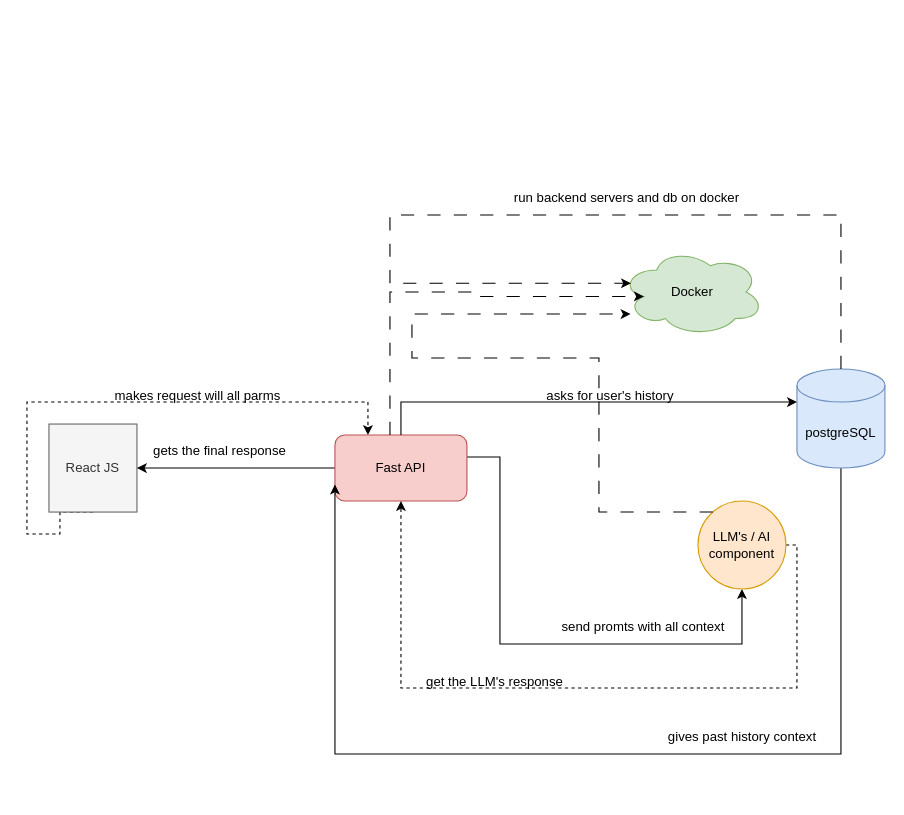
Adithya-A-S/contexa keeps this draw.io diagram as Untitled Diagram.drawio. Above is the earlier version. Source tidied: cells renumbered, new cells numbered last; positions are measured from the earlier drawing's top-left corner, leaving out a move shared by most shapes. Both pictures are drawn from the tidied source at 110%, with x=0, y=0 at pixel (26, 0).
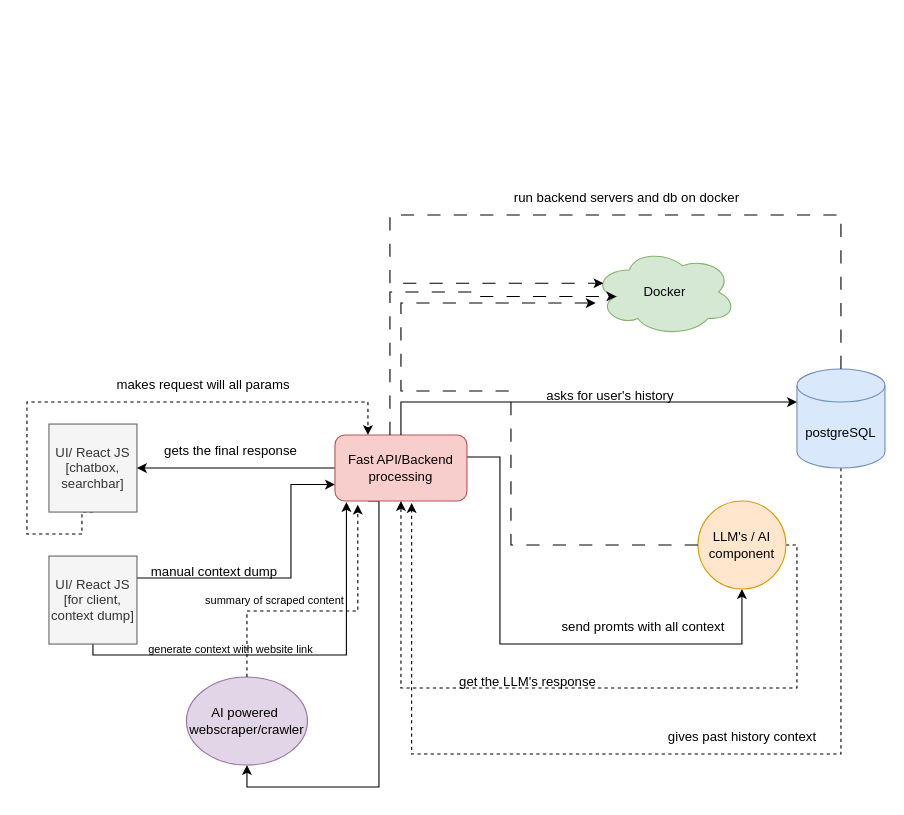
The same diagram, later.

Unchanged cells that the change refers to:
```xml
<mxCell id="12" value="postgreSQL" style="shape=cylinder3;whiteSpace=wrap;html=1;boundedLbl=1;backgroundOutline=1;size=15;fillColor=#dae8fc;strokeColor=#6c8ebf;" parent="1" vertex="1">
  <mxGeometry x="700" y="335" width="80" height="90" as="geometry" />
</mxCell>
<mxCell id="14" value="LLM's / AI component" style="ellipse;whiteSpace=wrap;html=1;fillColor=#ffe6cc;strokeColor=#d79b00;" parent="1" vertex="1">
  <mxGeometry x="610" y="455" width="80" height="80" as="geometry" />
</mxCell>
```

What changed in the source:
```diff
@@
     <mxCell id="6" style="edgeStyle=orthogonalEdgeStyle;rounded=0;jettySize=auto;html=1;exitX=0.5;exitY=1;exitDx=0;exitDy=0;entryX=0.25;entryY=0;entryDx=0;entryDy=0;dashed=1;" parent="1" edge="1" source="7" target="10">
       <mxGeometry relative="1" as="geometry">
         <Array as="points">
-          <mxPoint x="30" y="465" />
-          <mxPoint x="30" y="485" />
+          <mxPoint x="50" y="465" />
+          <mxPoint x="50" y="485" />
           <mxPoint y="485" />
           <mxPoint y="365" />
           <mxPoint x="310" y="365" />
         </Array>
       </mxGeometry>
     </mxCell>
-    <mxCell id="7" value="React JS" style="whiteSpace=wrap;html=1;fillColor=#f5f5f5;fontColor=#333333;strokeColor=#666666;" parent="1" vertex="1">
+    <mxCell id="7" value="UI/ React JS&lt;br&gt;[chatbox,&lt;br&gt;&lt;div&gt;searchbar]&lt;/div&gt;" style="whiteSpace=wrap;html=1;fillColor=#f5f5f5;fontColor=#333333;strokeColor=#666666;" parent="1" vertex="1">
       <mxGeometry x="20" y="385" width="80" height="80" as="geometry" />
     </mxCell>
@@
+    <mxCell id="27" style="edgeStyle=orthogonalEdgeStyle;rounded=0;jettySize=auto;html=1;exitX=0;exitY=1;exitDx=0;exitDy=0;" parent="1" edge="1" source="10">
+      <mxGeometry relative="1" as="geometry">
+        <mxPoint x="280" y="455" as="targetPoint" />
+      </mxGeometry>
+    </mxCell>
+    <mxCell id="28" style="edgeStyle=orthogonalEdgeStyle;rounded=0;jettySize=auto;html=1;exitX=0.25;exitY=1;exitDx=0;exitDy=0;entryX=0.5;entryY=1;entryDx=0;entryDy=0;" parent="1" edge="1" source="10" target="32">
+      <mxGeometry relative="1" as="geometry">
+        <Array as="points">
+          <mxPoint x="320" y="455" />
+          <mxPoint x="320" y="715" />
+          <mxPoint x="200" y="715" />
+        </Array>
+      </mxGeometry>
+    </mxCell>
-    <mxCell id="10" value="Fast API" style="rounded=1;whiteSpace=wrap;html=1;fillColor=#f8cecc;strokeColor=#b85450;" parent="1" vertex="1">
+    <mxCell id="10" value="Fast API/Backend&lt;br&gt;processing" style="rounded=1;whiteSpace=wrap;html=1;fillColor=#f8cecc;strokeColor=#b85450;" parent="1" vertex="1">
       <mxGeometry x="280" y="395" width="120" height="60" as="geometry" />
     </mxCell>
-    <mxCell id="11" style="edgeStyle=orthogonalEdgeStyle;rounded=0;jettySize=auto;html=1;exitX=0.5;exitY=1;exitDx=0;exitDy=0;exitPerimeter=0;entryX=0;entryY=0.75;entryDx=0;entryDy=0;" parent="1" edge="1" source="12" target="10">
+    <mxCell id="11" style="edgeStyle=orthogonalEdgeStyle;rounded=0;jettySize=auto;html=1;exitX=0.5;exitY=1;exitDx=0;exitDy=0;exitPerimeter=0;dashed=1;entryX=0.581;entryY=1.029;entryDx=0;entryDy=0;entryPerimeter=0;" parent="1" edge="1" source="12" target="10">
       <mxGeometry relative="1" as="geometry">
         <Array as="points">
           <mxPoint x="740" y="685" />
-          <mxPoint x="280" y="685" />
+          <mxPoint x="350" y="685" />
         </Array>
       </mxGeometry>
     </mxCell>
@@
     <mxCell id="15" value="Docker" style="ellipse;shape=cloud;whiteSpace=wrap;html=1;fillColor=#d5e8d4;strokeColor=#82b366;" parent="1" vertex="1">
-      <mxGeometry x="540" y="225" width="130" height="80" as="geometry" />
+      <mxGeometry x="515" y="225" width="130" height="80" as="geometry" />
     </mxCell>
@@
     <mxCell id="17" style="edgeStyle=orthogonalEdgeStyle;rounded=0;jettySize=auto;html=1;dashed=1;dashPattern=12 12;" parent="1" edge="1" source="14" target="15">
       <mxGeometry relative="1" as="geometry">
         <Array as="points">
-          <mxPoint x="520" y="465" />
-          <mxPoint x="520" y="325" />
-          <mxPoint x="350" y="325" />
-          <mxPoint x="350" y="285" />
+          <mxPoint x="440" y="495" />
+          <mxPoint x="440" y="355" />
+          <mxPoint x="340" y="355" />
+          <mxPoint x="340" y="275" />
         </Array>
       </mxGeometry>
     </mxCell>
@@
     <mxCell id="21" value="get the LLM's response" style="text;html=1;align=center;verticalAlign=middle;strokeColor=none;fillColor=none;" parent="1" vertex="1">
-      <mxGeometry x="350" y="605" width="150" height="30" as="geometry" />
+      <mxGeometry x="380" y="605" width="150" height="30" as="geometry" />
     </mxCell>
@@
     <mxCell id="24" value="gets the final response" style="text;html=1;align=center;verticalAlign=middle;strokeColor=none;fillColor=none;" parent="1" vertex="1">
-      <mxGeometry x="105" y="395" width="140" height="30" as="geometry" />
+      <mxGeometry x="115" y="395" width="140" height="30" as="geometry" />
     </mxCell>
-    <mxCell id="25" value="makes request will all parms" style="text;html=1;align=center;verticalAlign=middle;strokeColor=none;fillColor=none;" parent="1" vertex="1">
-      <mxGeometry x="70" y="345" width="170" height="30" as="geometry" />
+    <mxCell id="25" value="makes request will all params" style="text;html=1;align=center;verticalAlign=middle;strokeColor=none;fillColor=none;" parent="1" vertex="1">
+      <mxGeometry x="70" y="335" width="180" height="30" as="geometry" />
     </mxCell>
@@
+    <mxCell id="29" style="edgeStyle=orthogonalEdgeStyle;rounded=0;jettySize=auto;html=1;exitX=1;exitY=0.25;exitDx=0;exitDy=0;entryX=0;entryY=0.75;entryDx=0;entryDy=0;" parent="1" edge="1" source="31" target="10">
+      <mxGeometry relative="1" as="geometry">
+        <Array as="points">
+          <mxPoint x="240" y="525" />
+          <mxPoint x="240" y="440" />
+        </Array>
+      </mxGeometry>
+    </mxCell>
+    <mxCell id="30" style="edgeStyle=orthogonalEdgeStyle;rounded=0;jettySize=auto;html=1;entryX=0.087;entryY=1.015;entryDx=0;entryDy=0;entryPerimeter=0;" parent="1" edge="1" source="31" target="10">
+      <mxGeometry relative="1" as="geometry">
+        <Array as="points">
+          <mxPoint x="60" y="595" />
+          <mxPoint x="290" y="595" />
+          <mxPoint x="290" y="456" />
+        </Array>
+      </mxGeometry>
+    </mxCell>
+    <mxCell id="31" value="&lt;span style=&quot;color: rgb(51, 51, 51);&quot;&gt;UI/ React JS&lt;/span&gt;&lt;br style=&quot;color: rgb(51, 51, 51);&quot;&gt;&lt;div style=&quot;color: rgb(51, 51, 51);&quot;&gt;[for client,&lt;br&gt;context dump]&lt;/div&gt;" style="whiteSpace=wrap;html=1;fillColor=#f5f5f5;fontColor=#333333;strokeColor=#666666;" parent="1" vertex="1">
+      <mxGeometry x="20" y="505" width="80" height="80" as="geometry" />
+    </mxCell>
+    <mxCell id="32" value="AI powered&amp;nbsp;&lt;br&gt;webscraper/crawler" style="ellipse;whiteSpace=wrap;html=1;fillColor=#e1d5e7;strokeColor=#9673a6;" parent="1" vertex="1">
+      <mxGeometry x="145" y="615" width="110" height="80" as="geometry" />
+    </mxCell>
+    <mxCell id="33" value="manual context dump" style="text;html=1;align=center;verticalAlign=middle;strokeColor=none;fillColor=none;" parent="1" vertex="1">
+      <mxGeometry x="100" y="505" width="140" height="30" as="geometry" />
+    </mxCell>
+    <mxCell id="34" value="generate context with website link" style="text;html=1;align=center;verticalAlign=middle;strokeColor=none;fillColor=none;fontSize=10;" parent="1" vertex="1">
+      <mxGeometry x="100" y="575" width="170" height="30" as="geometry" />
+    </mxCell>
+    <mxCell id="35" value="summary of scraped content" style="text;html=1;align=center;verticalAlign=middle;strokeColor=none;fillColor=none;fontSize=10;" parent="1" vertex="1">
+      <mxGeometry x="150" y="530" width="150" height="30" as="geometry" />
+    </mxCell>
+    <mxCell id="36" style="edgeStyle=orthogonalEdgeStyle;rounded=0;jettySize=auto;html=1;exitX=0.5;exitY=0;exitDx=0;exitDy=0;entryX=0.173;entryY=1.055;entryDx=0;entryDy=0;entryPerimeter=0;dashed=1;" parent="1" edge="1" source="32" target="10">
+      <mxGeometry relative="1" as="geometry">
+        <Array as="points">
+          <mxPoint x="200" y="555" />
+          <mxPoint x="301" y="555" />
+        </Array>
+      </mxGeometry>
+    </mxCell>
```
